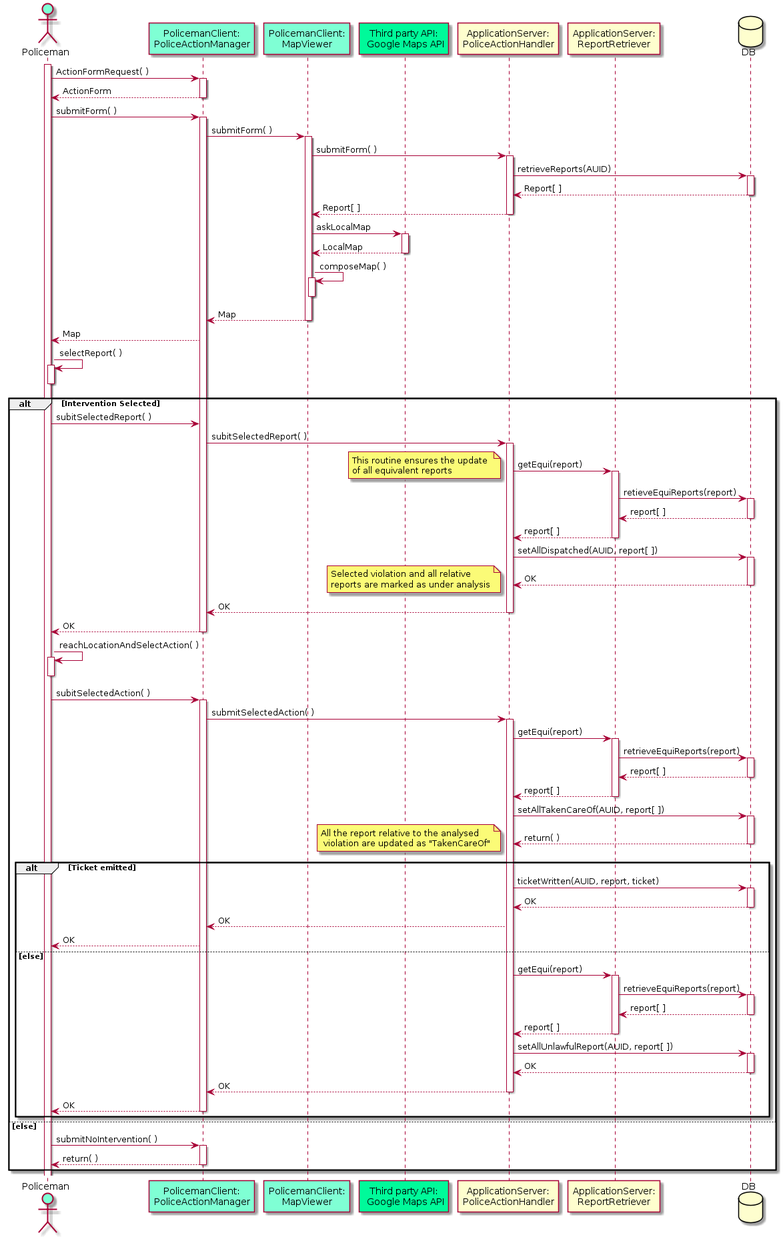
Before: DD/Images/seqDiag_PolicemanAct.png, a diagram exported from PlantUML (fafrullo2/PanzeriPeruginiPipita). Its diagram source:
```plantuml
@startuml
actor Policeman order 10 #Aquamarine
participant PoliceActionManager as "PolicemanClient:\nPoliceActionManager"order 20 #Aquamarine
participant MapViewer as "PolicemanClient:\nMapViewer" order 30 #Aquamarine
participant MapsAPI as "Third party API:\n Google Maps API" order 40 #MediumSpringGreen
participant PoliceActionHandler as "ApplicationServer:\nPoliceActionHandler" order 50
participant ReportRetriever as "ApplicationServer:\nReportRetriever" order 60
database DB order 70

activate Policeman
Policeman -> PoliceActionManager: ActionFormRequest( )
activate PoliceActionManager
return ActionForm


Policeman -> PoliceActionManager: submitForm( )
activate PoliceActionManager

PoliceActionManager -> MapViewer: submitForm( )
activate MapViewer

MapViewer -> PoliceActionHandler: submitForm( )
activate PoliceActionHandler


PoliceActionHandler -> DB: retrieveReports(AUID)
activate DB
return Report[ ]
return Report[ ]

MapViewer -> MapsAPI : askLocalMap
activate MapsAPI
return LocalMap

MapViewer -> MapViewer : composeMap( )
activate MapViewer
deactivate MapViewer

PoliceActionManager <-- MapViewer:  Map
deactivate MapViewer

Policeman <-- PoliceActionManager: Map


Policeman -> Policeman : selectReport( )
activate Policeman
deactivate Policeman

alt Intervention Selected

    Policeman -> PoliceActionManager: subitSelectedReport( )

    PoliceActionManager -> PoliceActionHandler: subitSelectedReport( )
    activate PoliceActionHandler

    PoliceActionHandler -> ReportRetriever: getEqui(report)
    activate ReportRetriever

    note left: This routine ensures the update \nof all equivalent reports

    ReportRetriever -> DB : retieveEquiReports(report)
    activate DB

    return report[ ]
    return report[ ]


    PoliceActionHandler -> DB : setAllDispatched(AUID, report[ ])
    activate DB
    return OK

    note left: Selected violation and all relative \nreports are marked as under analysis

    return OK
    return OK

    Policeman -> Policeman : reachLocationAndSelectAction( )
    activate Policeman
    deactivate Policeman

    Policeman -> PoliceActionManager: subitSelectedAction( )
    activate PoliceActionManager

    PoliceActionManager -> PoliceActionHandler: submitSelectedAction( )
    activate PoliceActionHandler

    PoliceActionHandler -> ReportRetriever: getEqui(report)
    activate ReportRetriever

    ReportRetriever -> DB : retrieveEquiReports(report)
    activate DB
    return report[ ]
    return report[ ]

    PoliceActionHandler -> DB : setAllTakenCareOf(AUID, report[ ])
    activate DB
    return return( )

    note left: All the report relative to the analysed\n violation are updated as "TakenCareOf"

    alt Ticket emitted
        PoliceActionHandler -> DB : ticketWritten(AUID, report, ticket)
        activate DB
        return OK
        PoliceActionManager <-- PoliceActionHandler: OK
        Policeman <-- PoliceActionManager: OK
    else else

        PoliceActionHandler -> ReportRetriever: getEqui(report)
        activate ReportRetriever

        ReportRetriever -> DB : retrieveEquiReports(report)
        activate DB
        return report[ ]
        return report[ ]

        PoliceActionHandler -> DB : setAllUnlawfulReport(AUID, report[ ])
        Activate DB
        return OK
        return OK
        return OK

    end

else else
    Policeman -> PoliceActionManager: submitNoIntervention( )
    activate PoliceActionManager
    return return( )

end
@enduml
```
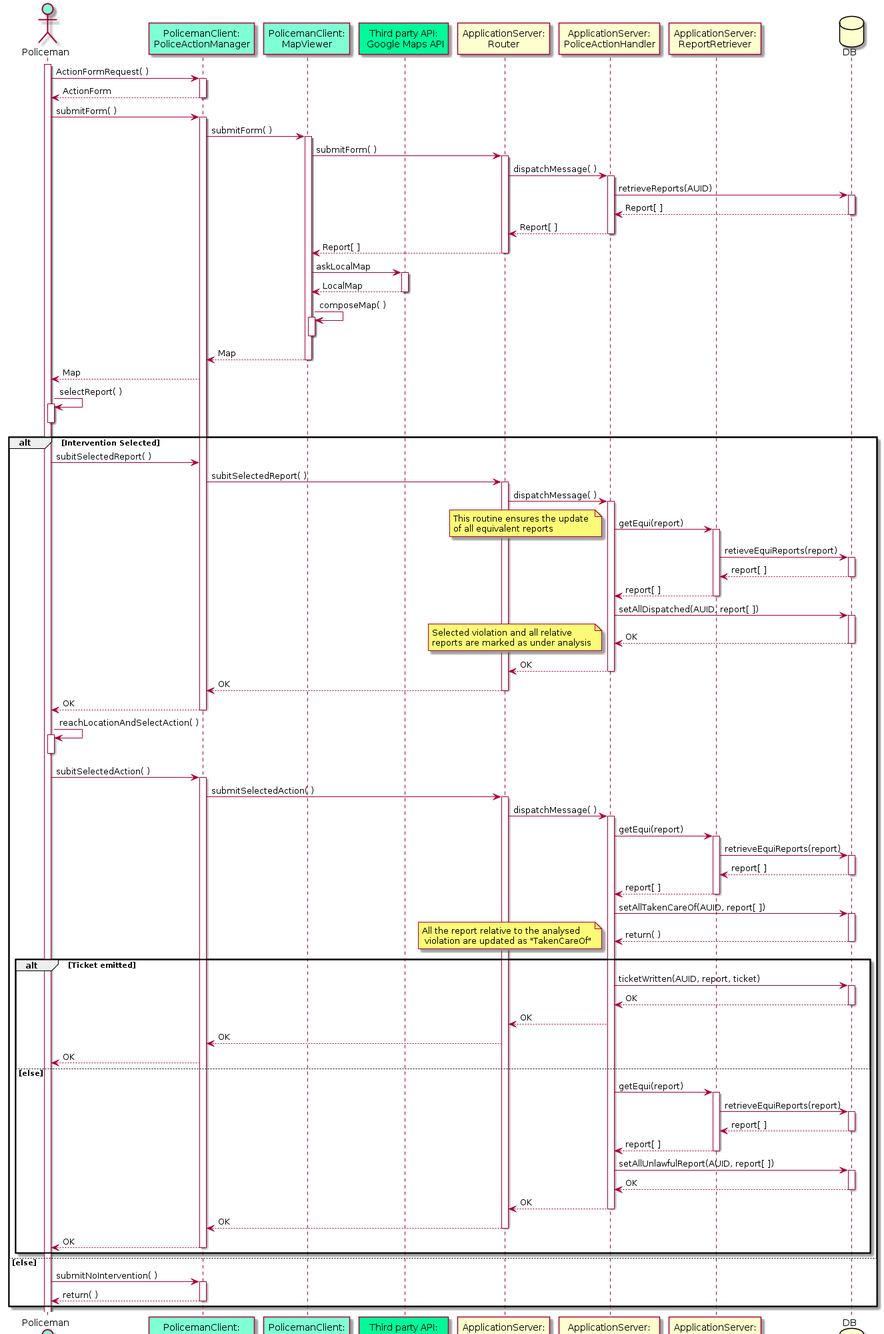
Above is the later version.

Commit message:
Fixed router behaviour in sequence diagrams, minor fixes

What changed in the source:
```diff
@@ -3,9 +3,10 @@
 participant PoliceActionManager as "PolicemanClient:\nPoliceActionManager"order 20 #Aquamarine
 participant MapViewer as "PolicemanClient:\nMapViewer" order 30 #Aquamarine
 participant MapsAPI as "Third party API:\n Google Maps API" order 40 #MediumSpringGreen
-participant PoliceActionHandler as "ApplicationServer:\nPoliceActionHandler" order 50
-participant ReportRetriever as "ApplicationServer:\nReportRetriever" order 60
-database DB order 70
+participant Router as "ApplicationServer:\nRouter" order 60
+participant PoliceActionHandler as "ApplicationServer:\nPoliceActionHandler" order 60
+participant ReportRetriever as "ApplicationServer:\nReportRetriever" order 70
+database DB order 80
 
 activate Policeman
 Policeman -> PoliceActionManager: ActionFormRequest( )
@@ -19,12 +20,15 @@
 PoliceActionManager -> MapViewer: submitForm( )
 activate MapViewer
 
-MapViewer -> PoliceActionHandler: submitForm( )
+MapViewer -> Router: submitForm( )
+activate Router
+
+Router -> PoliceActionHandler: dispatchMessage( )
 activate PoliceActionHandler
-
 
 PoliceActionHandler -> DB: retrieveReports(AUID)
 activate DB
+return Report[ ]
 return Report[ ]
 return Report[ ]
 
@@ -50,7 +54,10 @@
 
     Policeman -> PoliceActionManager: subitSelectedReport( )
 
-    PoliceActionManager -> PoliceActionHandler: subitSelectedReport( )
+    PoliceActionManager -> Router: subitSelectedReport( )
+    activate Router
+
+    Router -> PoliceActionHandler: dispatchMessage( )
     activate PoliceActionHandler
 
     PoliceActionHandler -> ReportRetriever: getEqui(report)
@@ -73,6 +80,7 @@
 
     return OK
     return OK
+    return OK
 
     Policeman -> Policeman : reachLocationAndSelectAction( )
     activate Policeman
@@ -81,7 +89,10 @@
     Policeman -> PoliceActionManager: subitSelectedAction( )
     activate PoliceActionManager
 
-    PoliceActionManager -> PoliceActionHandler: submitSelectedAction( )
+    PoliceActionManager -> Router: submitSelectedAction( )
+    activate Router
+
+    Router -> PoliceActionHandler: dispatchMessage( )
     activate PoliceActionHandler
 
     PoliceActionHandler -> ReportRetriever: getEqui(report)
@@ -102,7 +113,8 @@
         PoliceActionHandler -> DB : ticketWritten(AUID, report, ticket)
         activate DB
         return OK
-        PoliceActionManager <-- PoliceActionHandler: OK
+        Router <-- PoliceActionHandler: OK
+        PoliceActionManager <-- Router: OK
         Policeman <-- PoliceActionManager: OK
     else else
 
@@ -119,6 +131,7 @@
         return OK
         return OK
         return OK
+        return OK
 
     end
 
```
